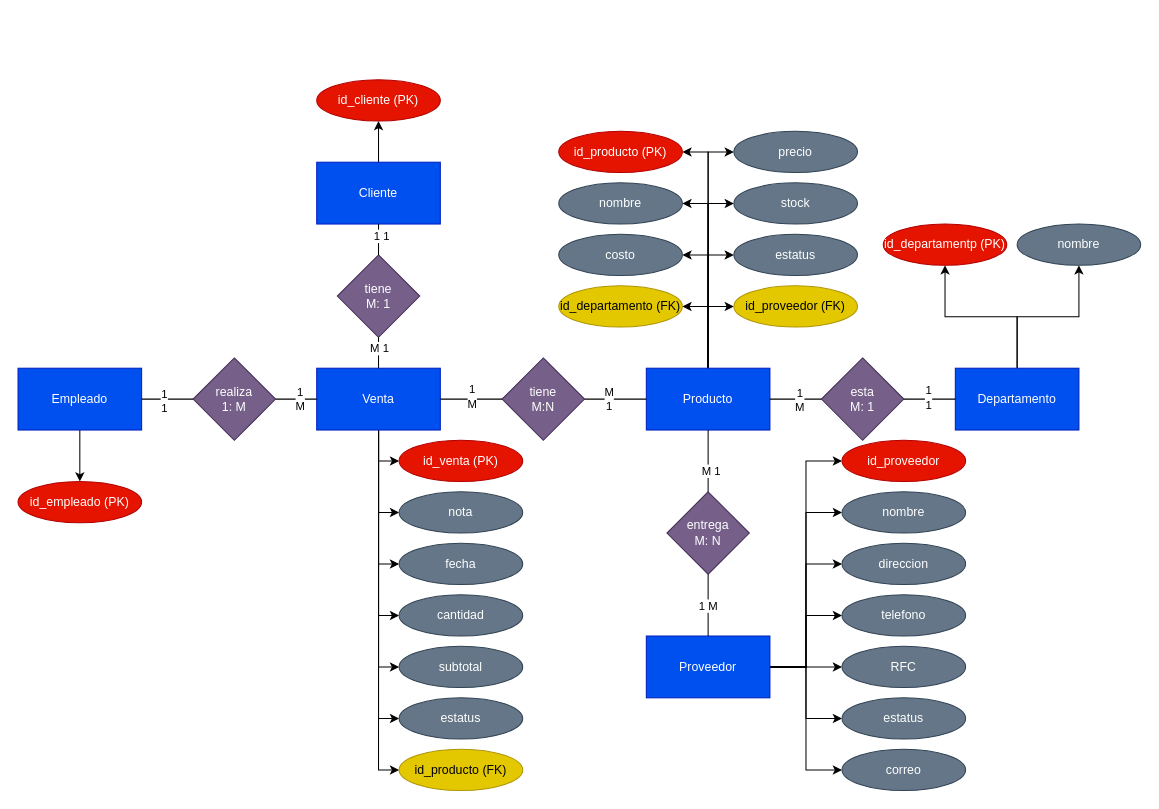
This is Tienda_Grupal/DER_Grupal.drawio from JohannDav/BD, a draw.io file, before an edit. Source tidied: cells renumbered, new cells numbered last; positions are measured from the earlier drawing's top-left corner, leaving out a move shared by most shapes. Both pictures are drawn from the tidied source at 103%, with x=0, y=0 at pixel (18, 79).
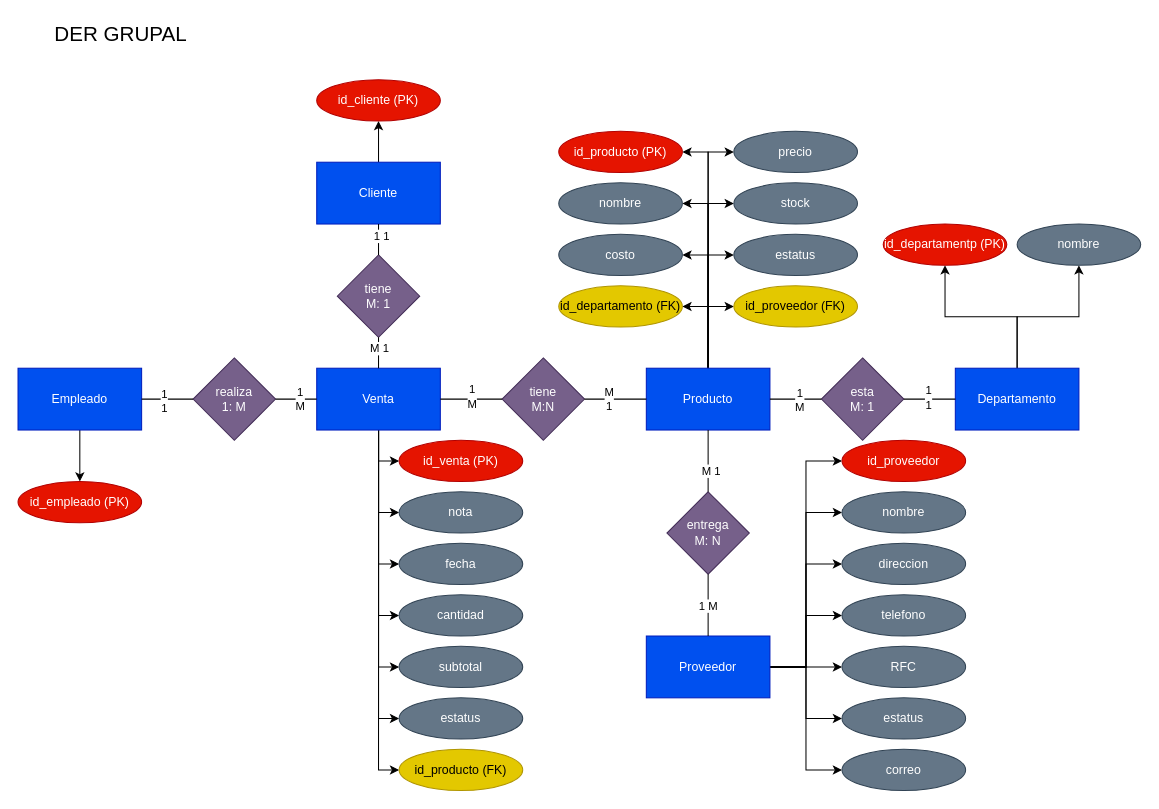
The same diagram, later.

The edit, as a diff of the source:
```diff
@@
+    <mxCell id="85" value="&lt;font style=&quot;font-size: 20px;&quot;&gt;DER GRUPAL&lt;/font&gt;" style="text;html=1;whiteSpace=wrap;strokeColor=none;fillColor=none;align=center;verticalAlign=middle;rounded=0;" parent="1" vertex="1">
+      <mxGeometry x="30" y="-60" width="140" height="30" as="geometry" />
+    </mxCell>
```
